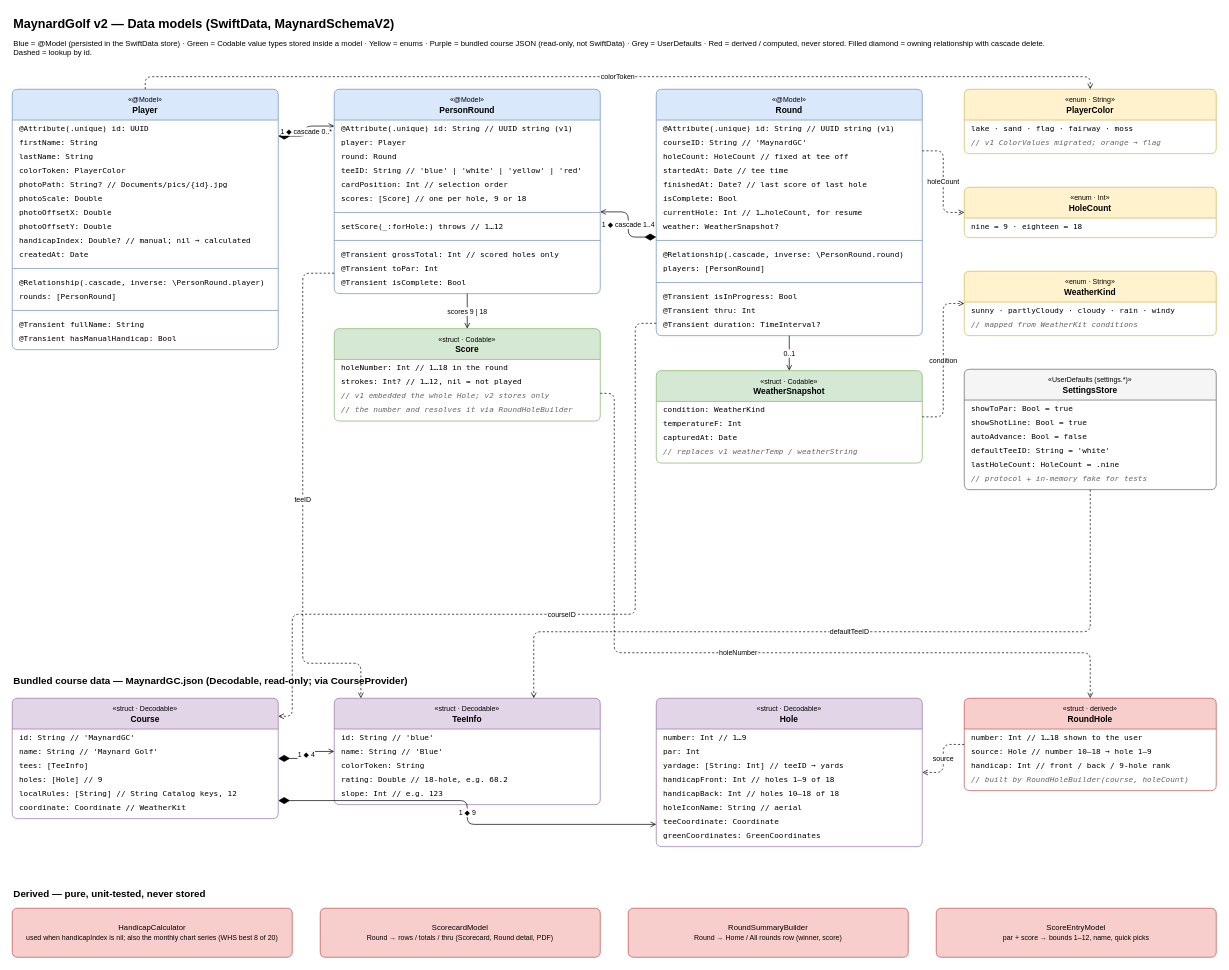
Above: page "SwiftData models (schema v2)" (1 of 2) of docs/data-model.drawio in tassinari/MaynardGolf (draw.io), before the change. Source tidied: cells renumbered, new cells numbered last; positions are measured from the earlier drawing's top-left corner, leaving out a move shared by most shapes. Both pictures are drawn from the tidied source at 70%, with x=0, y=0 at pixel (12, 12).
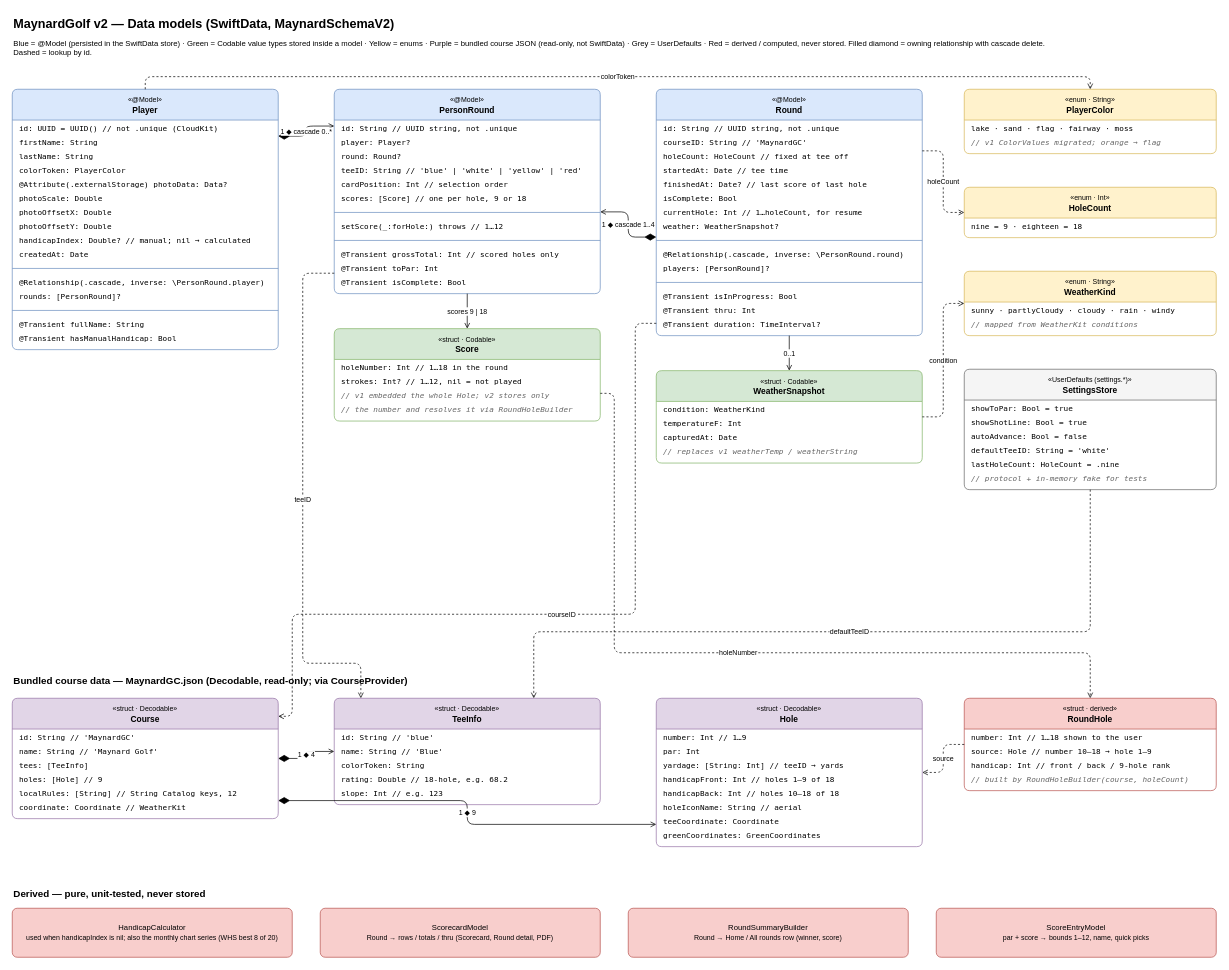
After the change.

Commit message (it also covers changes not shown here):
docs: add iCloud sync (CloudKit), English only, no analytics, multiple rounds in progress

Unchanged cells that the change refers to:
```xml
<mxCell id="4" value="&lt;font style='font-size:10px'&gt;«@Model»&lt;/font&gt;&lt;br&gt;&lt;b&gt;Player&lt;/b&gt;" style="swimlane;html=1;fontStyle=0;align=center;startSize=44;fillColor=#dae8fc;strokeColor=#6c8ebf;swimlaneFillColor=#ffffff;rounded=1;arcSize=6;whiteSpace=wrap;" parent="1" vertex="1">
  <mxGeometry y="110" width="380" height="372" as="geometry" />
</mxCell>
<mxCell id="21" value="&lt;font style='font-size:10px'&gt;«@Model»&lt;/font&gt;&lt;br&gt;&lt;b&gt;PersonRound&lt;/b&gt;" style="swimlane;html=1;fontStyle=0;align=center;startSize=44;fillColor=#dae8fc;strokeColor=#6c8ebf;swimlaneFillColor=#ffffff;rounded=1;arcSize=6;whiteSpace=wrap;" parent="1" vertex="1">
  <mxGeometry x="460" y="110" width="380" height="292" as="geometry" />
</mxCell>
<mxCell id="34" value="&lt;font style='font-size:10px'&gt;«@Model»&lt;/font&gt;&lt;br&gt;&lt;b&gt;Round&lt;/b&gt;" style="swimlane;html=1;fontStyle=0;align=center;startSize=44;fillColor=#dae8fc;strokeColor=#6c8ebf;swimlaneFillColor=#ffffff;rounded=1;arcSize=6;whiteSpace=wrap;" parent="1" vertex="1">
  <mxGeometry x="920" y="110" width="380" height="352" as="geometry" />
</mxCell>
```

What changed in the source:
```diff
@@
-    <mxCell id="5" value="@Attribute(.unique) id: UUID" style="text;html=1;strokeColor=none;fillColor=none;align=left;verticalAlign=middle;spacingLeft=8;fontSize=11;fontFamily=Menlo;whiteSpace=wrap;" parent="4" vertex="1">
+    <mxCell id="5" value="id: UUID = UUID()   // not .unique (CloudKit)" style="text;html=1;strokeColor=none;fillColor=none;align=left;verticalAlign=middle;spacingLeft=8;fontSize=11;fontFamily=Menlo;whiteSpace=wrap;" parent="4" vertex="1">
       <mxGeometry y="46" width="380" height="20" as="geometry" />
     </mxCell>
@@
-    <mxCell id="9" value="photoPath: String?   // Documents/pics/{id}.jpg" style="text;html=1;strokeColor=none;fillColor=none;align=left;verticalAlign=middle;spacingLeft=8;fontSize=11;fontFamily=Menlo;whiteSpace=wrap;" parent="4" vertex="1">
+    <mxCell id="9" value="@Attribute(.externalStorage) photoData: Data?" style="text;html=1;strokeColor=none;fillColor=none;align=left;verticalAlign=middle;spacingLeft=8;fontSize=11;fontFamily=Menlo;whiteSpace=wrap;" parent="4" vertex="1">
       <mxGeometry y="126" width="380" height="20" as="geometry" />
     </mxCell>
@@
-    <mxCell id="17" value="  rounds: [PersonRound]" style="text;html=1;strokeColor=none;fillColor=none;align=left;verticalAlign=middle;spacingLeft=8;fontSize=11;fontFamily=Menlo;whiteSpace=wrap;" parent="4" vertex="1">
+    <mxCell id="17" value="  rounds: [PersonRound]?" style="text;html=1;strokeColor=none;fillColor=none;align=left;verticalAlign=middle;spacingLeft=8;fontSize=11;fontFamily=Menlo;whiteSpace=wrap;" parent="4" vertex="1">
       <mxGeometry y="286" width="380" height="20" as="geometry" />
     </mxCell>
@@
-    <mxCell id="22" value="@Attribute(.unique) id: String   // UUID string (v1)" style="text;html=1;strokeColor=none;fillColor=none;align=left;verticalAlign=middle;spacingLeft=8;fontSize=11;fontFamily=Menlo;whiteSpace=wrap;" parent="21" vertex="1">
+    <mxCell id="22" value="id: String   // UUID string, not .unique" style="text;html=1;strokeColor=none;fillColor=none;align=left;verticalAlign=middle;spacingLeft=8;fontSize=11;fontFamily=Menlo;whiteSpace=wrap;" parent="21" vertex="1">
       <mxGeometry y="46" width="380" height="20" as="geometry" />
     </mxCell>
-    <mxCell id="23" value="player: Player" style="text;html=1;strokeColor=none;fillColor=none;align=left;verticalAlign=middle;spacingLeft=8;fontSize=11;fontFamily=Menlo;whiteSpace=wrap;" parent="21" vertex="1">
+    <mxCell id="23" value="player: Player?" style="text;html=1;strokeColor=none;fillColor=none;align=left;verticalAlign=middle;spacingLeft=8;fontSize=11;fontFamily=Menlo;whiteSpace=wrap;" parent="21" vertex="1">
       <mxGeometry y="66" width="380" height="20" as="geometry" />
     </mxCell>
-    <mxCell id="24" value="round: Round" style="text;html=1;strokeColor=none;fillColor=none;align=left;verticalAlign=middle;spacingLeft=8;fontSize=11;fontFamily=Menlo;whiteSpace=wrap;" parent="21" vertex="1">
+    <mxCell id="24" value="round: Round?" style="text;html=1;strokeColor=none;fillColor=none;align=left;verticalAlign=middle;spacingLeft=8;fontSize=11;fontFamily=Menlo;whiteSpace=wrap;" parent="21" vertex="1">
       <mxGeometry y="86" width="380" height="20" as="geometry" />
     </mxCell>
@@
-    <mxCell id="35" value="@Attribute(.unique) id: String   // UUID string (v1)" style="text;html=1;strokeColor=none;fillColor=none;align=left;verticalAlign=middle;spacingLeft=8;fontSize=11;fontFamily=Menlo;whiteSpace=wrap;" parent="34" vertex="1">
+    <mxCell id="35" value="id: String   // UUID string, not .unique" style="text;html=1;strokeColor=none;fillColor=none;align=left;verticalAlign=middle;spacingLeft=8;fontSize=11;fontFamily=Menlo;whiteSpace=wrap;" parent="34" vertex="1">
       <mxGeometry y="46" width="380" height="20" as="geometry" />
     </mxCell>
@@
-    <mxCell id="45" value="  players: [PersonRound]" style="text;html=1;strokeColor=none;fillColor=none;align=left;verticalAlign=middle;spacingLeft=8;fontSize=11;fontFamily=Menlo;whiteSpace=wrap;" parent="34" vertex="1">
+    <mxCell id="45" value="  players: [PersonRound]?" style="text;html=1;strokeColor=none;fillColor=none;align=left;verticalAlign=middle;spacingLeft=8;fontSize=11;fontFamily=Menlo;whiteSpace=wrap;" parent="34" vertex="1">
       <mxGeometry y="246" width="380" height="20" as="geometry" />
     </mxCell>
```
